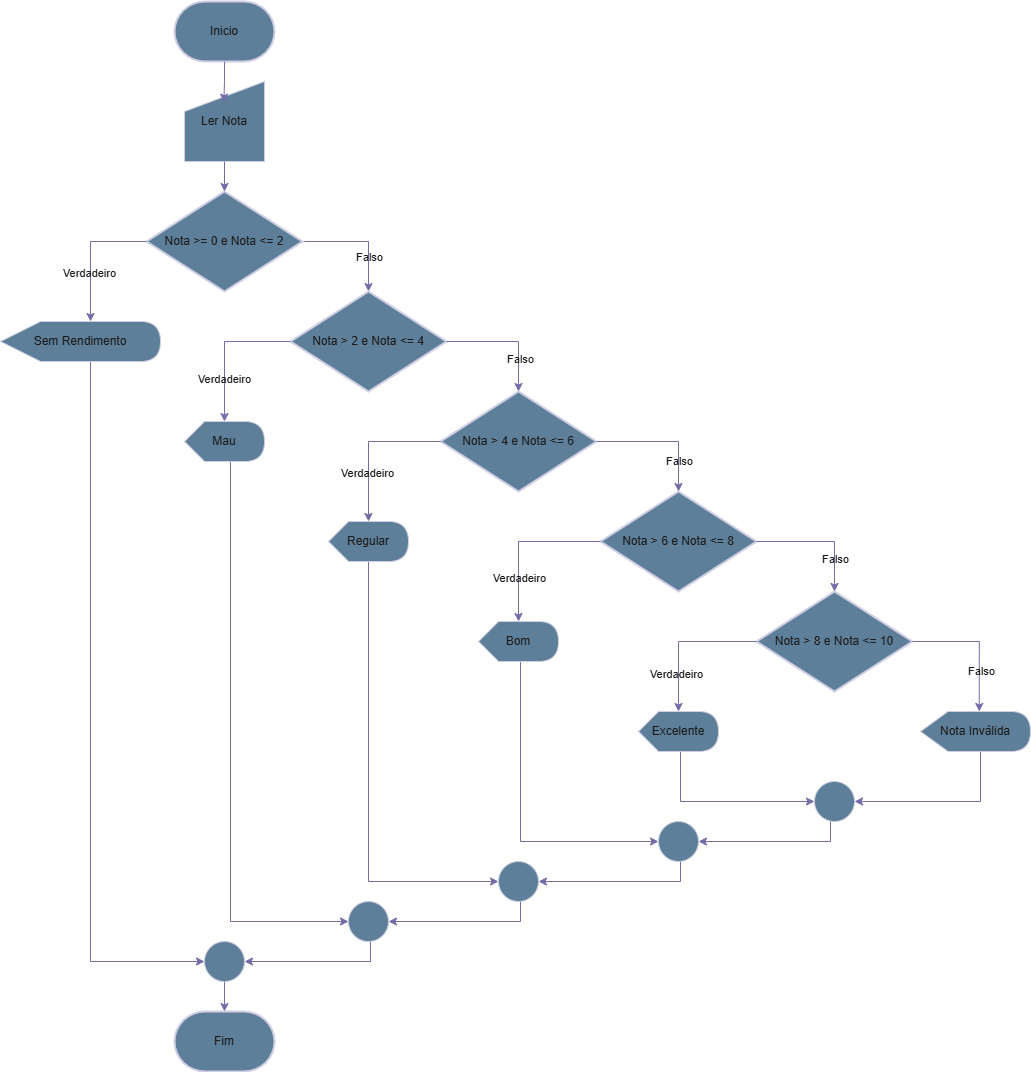
This is Diagramas/exercicios23.drawio.png from andrew-cdia/algoritmos-lista1, a draw.io export, as it was before one commit. Source tidied: cells renumbered, new cells last; positions are measured from the earlier drawing's top-left corner, leaving out a move shared by most shapes.
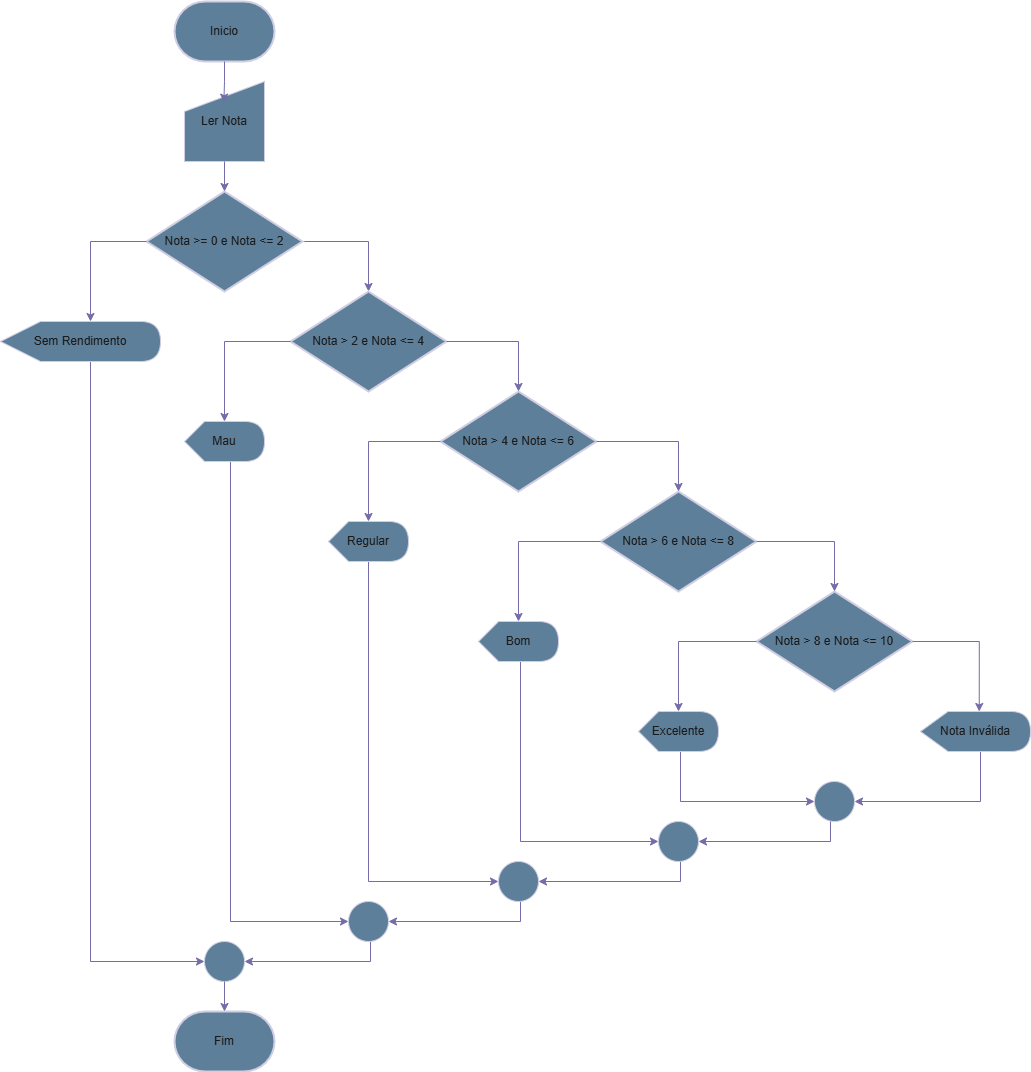
Later version of the same file.

Diff of the diagram source:
```diff
@@ -18,9 +18,6 @@
         </Array>
       </mxGeometry>
     </mxCell>
-    <mxCell id="6" value="Falso" style="edgeLabel;html=1;align=center;verticalAlign=middle;labelBackgroundColor=none;fontColor=#1A1A1A;" parent="5" vertex="1">
-      <mxGeometry x="0.39" relative="1" as="geometry" />
-    </mxCell>
     <mxCell id="7" value="Nota &amp;gt;= 0 e Nota &amp;lt;= 2" style="strokeWidth=2;html=1;shape=mxgraph.flowchart.decision;whiteSpace=wrap;labelBackgroundColor=none;fillColor=#5D7F99;strokeColor=#D0CEE2;fontColor=#1A1A1A;" parent="1" vertex="1">
       <mxGeometry x="146" y="190" width="156" height="100" as="geometry" />
     </mxCell>
@@ -99,9 +96,6 @@
     <mxCell id="24" style="edgeStyle=orthogonalEdgeStyle;rounded=0;jettySize=auto;html=1;entryX=0;entryY=0;entryDx=40;entryDy=0;entryPerimeter=0;labelBackgroundColor=none;strokeColor=#736CA8;fontColor=default;" parent="1" edge="1" source="11" target="21">
       <mxGeometry relative="1" as="geometry" />
     </mxCell>
-    <mxCell id="25" value="Verdadeiro" style="edgeLabel;html=1;align=center;verticalAlign=middle;labelBackgroundColor=none;fontColor=#1A1A1A;" parent="24" vertex="1">
-      <mxGeometry x="0.49" y="-3" relative="1" as="geometry" />
-    </mxCell>
     <mxCell id="26" style="edgeStyle=orthogonalEdgeStyle;rounded=0;jettySize=auto;html=1;entryX=0.5;entryY=0;entryDx=0;entryDy=0;entryPerimeter=0;labelBackgroundColor=none;strokeColor=#736CA8;fontColor=default;" parent="1" edge="1" source="10" target="11">
       <mxGeometry relative="1" as="geometry">
         <Array as="points">
@@ -109,15 +103,9 @@
         </Array>
       </mxGeometry>
     </mxCell>
-    <mxCell id="27" value="Falso" style="edgeLabel;html=1;align=center;verticalAlign=middle;labelBackgroundColor=none;fontColor=#1A1A1A;" parent="26" vertex="1">
-      <mxGeometry x="0.48" relative="1" as="geometry" />
-    </mxCell>
     <mxCell id="28" style="edgeStyle=orthogonalEdgeStyle;rounded=0;jettySize=auto;html=1;entryX=0;entryY=0;entryDx=40;entryDy=0;entryPerimeter=0;labelBackgroundColor=none;strokeColor=#736CA8;fontColor=default;" parent="1" edge="1" source="10" target="19">
       <mxGeometry relative="1" as="geometry" />
     </mxCell>
-    <mxCell id="29" value="Verdadeiro" style="edgeLabel;html=1;align=center;verticalAlign=middle;labelBackgroundColor=none;fontColor=#1A1A1A;" parent="28" vertex="1">
-      <mxGeometry x="0.46" relative="1" as="geometry" />
-    </mxCell>
     <mxCell id="30" style="edgeStyle=orthogonalEdgeStyle;rounded=0;jettySize=auto;html=1;entryX=1;entryY=0.5;entryDx=0;entryDy=0;labelBackgroundColor=none;strokeColor=#736CA8;fontColor=default;" parent="1" edge="1" source="31" target="33">
       <mxGeometry relative="1" as="geometry">
         <Array as="points">
@@ -141,21 +129,12 @@
     <mxCell id="34" style="edgeStyle=orthogonalEdgeStyle;rounded=0;jettySize=auto;html=1;entryX=0;entryY=0;entryDx=40;entryDy=0;entryPerimeter=0;labelBackgroundColor=none;strokeColor=#736CA8;fontColor=default;" parent="1" edge="1" source="9" target="17">
       <mxGeometry relative="1" as="geometry" />
     </mxCell>
-    <mxCell id="35" value="Verdadeiro" style="edgeLabel;html=1;align=center;verticalAlign=middle;labelBackgroundColor=none;fontColor=#1A1A1A;" parent="34" vertex="1">
-      <mxGeometry x="0.36" y="-2" relative="1" as="geometry" />
-    </mxCell>
     <mxCell id="36" style="edgeStyle=orthogonalEdgeStyle;rounded=0;jettySize=auto;html=1;entryX=0.5;entryY=0;entryDx=0;entryDy=0;entryPerimeter=0;labelBackgroundColor=none;strokeColor=#736CA8;fontColor=default;" parent="1" edge="1" source="9" target="10">
       <mxGeometry relative="1" as="geometry" />
     </mxCell>
-    <mxCell id="37" value="Falso" style="edgeLabel;html=1;align=center;verticalAlign=middle;labelBackgroundColor=none;fontColor=#1A1A1A;" parent="36" vertex="1">
-      <mxGeometry x="0.54" relative="1" as="geometry" />
-    </mxCell>
     <mxCell id="38" style="edgeStyle=orthogonalEdgeStyle;rounded=0;jettySize=auto;html=1;entryX=0;entryY=0;entryDx=40;entryDy=0;entryPerimeter=0;labelBackgroundColor=none;strokeColor=#736CA8;fontColor=default;" parent="1" edge="1" source="8" target="15">
       <mxGeometry relative="1" as="geometry" />
     </mxCell>
-    <mxCell id="39" value="Verdadeiro" style="edgeLabel;html=1;align=center;verticalAlign=middle;labelBackgroundColor=none;fontColor=#1A1A1A;" parent="38" vertex="1">
-      <mxGeometry x="0.41" y="-1" relative="1" as="geometry" />
-    </mxCell>
     <mxCell id="40" style="edgeStyle=orthogonalEdgeStyle;rounded=0;jettySize=auto;html=1;entryX=0.5;entryY=0;entryDx=0;entryDy=0;entryPerimeter=0;labelBackgroundColor=none;strokeColor=#736CA8;fontColor=default;" parent="1" edge="1" source="8" target="9">
       <mxGeometry relative="1" as="geometry">
         <Array as="points">
@@ -163,9 +142,6 @@
         </Array>
       </mxGeometry>
     </mxCell>
-    <mxCell id="41" value="Falso" style="edgeLabel;html=1;align=center;verticalAlign=middle;labelBackgroundColor=none;fontColor=#1A1A1A;" parent="40" vertex="1">
-      <mxGeometry x="0.45" y="1" relative="1" as="geometry" />
-    </mxCell>
     <mxCell id="42" style="edgeStyle=orthogonalEdgeStyle;rounded=0;jettySize=auto;html=1;entryX=1;entryY=0.5;entryDx=0;entryDy=0;labelBackgroundColor=none;strokeColor=#736CA8;fontColor=default;" parent="1" edge="1" source="43" target="46">
       <mxGeometry relative="1" as="geometry">
         <Array as="points">
@@ -183,9 +159,6 @@
         </Array>
       </mxGeometry>
     </mxCell>
-    <mxCell id="45" value="Verdadeiro" style="edgeLabel;html=1;align=center;verticalAlign=middle;labelBackgroundColor=none;fontColor=#1A1A1A;" parent="44" vertex="1">
-      <mxGeometry x="0.27" y="-2" relative="1" as="geometry" />
-    </mxCell>
     <mxCell id="46" style="ellipse;whiteSpace=wrap;html=1;labelBackgroundColor=none;fillColor=#5D7F99;strokeColor=#D0CEE2;fontColor=#1A1A1A;" parent="1" vertex="1">
       <mxGeometry x="204" y="940" width="40" height="40" as="geometry" />
     </mxCell>
@@ -208,9 +181,6 @@
     <mxCell id="51" style="edgeStyle=orthogonalEdgeStyle;rounded=0;jettySize=auto;html=1;entryX=0;entryY=0;entryDx=58.75;entryDy=0;entryPerimeter=0;labelBackgroundColor=none;strokeColor=#736CA8;fontColor=default;" parent="1" edge="1" source="11" target="50">
       <mxGeometry relative="1" as="geometry" />
     </mxCell>
-    <mxCell id="52" value="Falso" style="edgeLabel;html=1;align=center;verticalAlign=middle;labelBackgroundColor=none;fontColor=#1A1A1A;" parent="51" vertex="1">
-      <mxGeometry x="0.41" y="2" relative="1" as="geometry" />
-    </mxCell>
     <mxCell id="53" style="edgeStyle=orthogonalEdgeStyle;rounded=0;jettySize=auto;html=1;entryX=0.5;entryY=0;entryDx=0;entryDy=0;entryPerimeter=0;labelBackgroundColor=none;strokeColor=#736CA8;fontColor=default;" parent="1" edge="1" source="46" target="2">
       <mxGeometry relative="1" as="geometry" />
     </mxCell>
```
